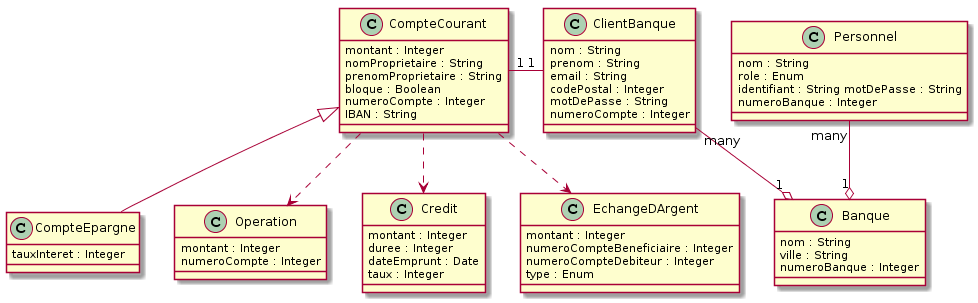
The PlantUML diagram documentation/images/modeleDuDomaine.png in kylejumpen/Banque-Leriche, before a commit. The source it was exported from:
```plantuml
@startuml
class CompteCourant {
   montant : Integer
   nomProprietaire : String
prenomProprietaire : String
bloque : Boolean
numeroCompte : Integer
IBAN : String
}

class CompteEpargne {
   tauxInteret : Integer
}

class Operation{
montant : Integer
numeroCompte : Integer
}

class Credit{
montant : Integer
duree : Integer
dateEmprunt : Date
taux : Integer
}

class EchangeDArgent{
montant : Integer
numeroCompteBeneficiaire : Integer
numeroCompteDebiteur : Integer
type : Enum
}

class ClientBanque{
nom : String
prenom : String
email : String
codePostal : Integer
motDePasse : String
numeroCompte : Integer
}

class Banque {
nom : String
ville : String
numeroBanque : Integer
}

class Personnel{
nom : String
role : Enum
identifiant : String motDePasse : String
numeroBanque : Integer
}

CompteCourant <|-- CompteEpargne
Personnel "many" --o "1" Banque
ClientBanque "many" --o "1" Banque
CompteCourant ..> EchangeDArgent
CompteCourant ..> Credit
CompteCourant ..> Operation
CompteCourant"1" - "1"ClientBanque
@enduml
```
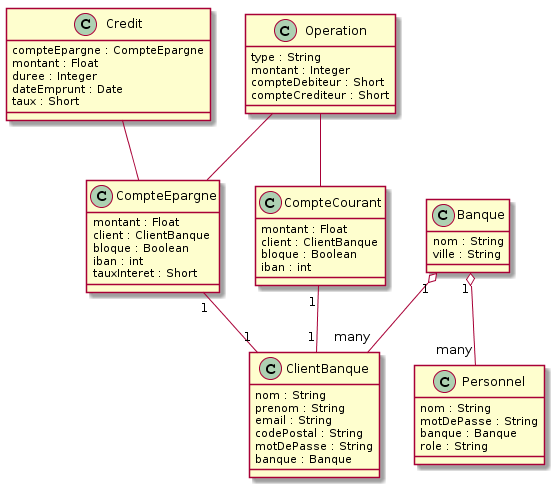
The same diagram one commit later.

Diff of the diagram source:
```diff
@@ -1,63 +1,61 @@
 @startuml
 class CompteCourant {
-   montant : Integer
-   nomProprietaire : String
-prenomProprietaire : String
+montant : Float
+client : ClientBanque
 bloque : Boolean
-numeroCompte : Integer
-IBAN : String
+iban : int
 }
 
 class CompteEpargne {
-   tauxInteret : Integer
+montant : Float
+client : ClientBanque
+bloque : Boolean
+iban : int
+tauxInteret : Short
 }
 
 class Operation{
+type : String
 montant : Integer
-numeroCompte : Integer
+compteDebiteur : Short
+compteCrediteur : Short
 }
 
 class Credit{
-montant : Integer
+compteEpargne : CompteEpargne
+montant : Float
 duree : Integer
 dateEmprunt : Date
-taux : Integer
-}
-
-class EchangeDArgent{
-montant : Integer
-numeroCompteBeneficiaire : Integer
-numeroCompteDebiteur : Integer
-type : Enum
+taux : Short
 }
 
 class ClientBanque{
 nom : String
 prenom : String
 email : String
-codePostal : Integer
+codePostal : String
 motDePasse : String
-numeroCompte : Integer
+banque : Banque
 }
 
 class Banque {
 nom : String
 ville : String
-numeroBanque : Integer
 }
 
 class Personnel{
 nom : String
-role : Enum
-identifiant : String motDePasse : String
-numeroBanque : Integer
+motDePasse : String
+banque : Banque
+role : String
 }
 
-CompteCourant <|-- CompteEpargne
-Personnel "many" --o "1" Banque
-ClientBanque "many" --o "1" Banque
-CompteCourant ..> EchangeDArgent
-CompteCourant ..> Credit
-CompteCourant ..> Operation
-CompteCourant"1" - "1"ClientBanque
+
+CompteCourant "1" -- "1" ClientBanque
+CompteEpargne "1" -- "1" ClientBanque
+Banque "1" o-- "many" ClientBanque
+Banque "1" o-- "many" Personnel
+Credit -- CompteEpargne
+Operation -- CompteEpargne
+Operation -- CompteCourant
 @enduml
```
